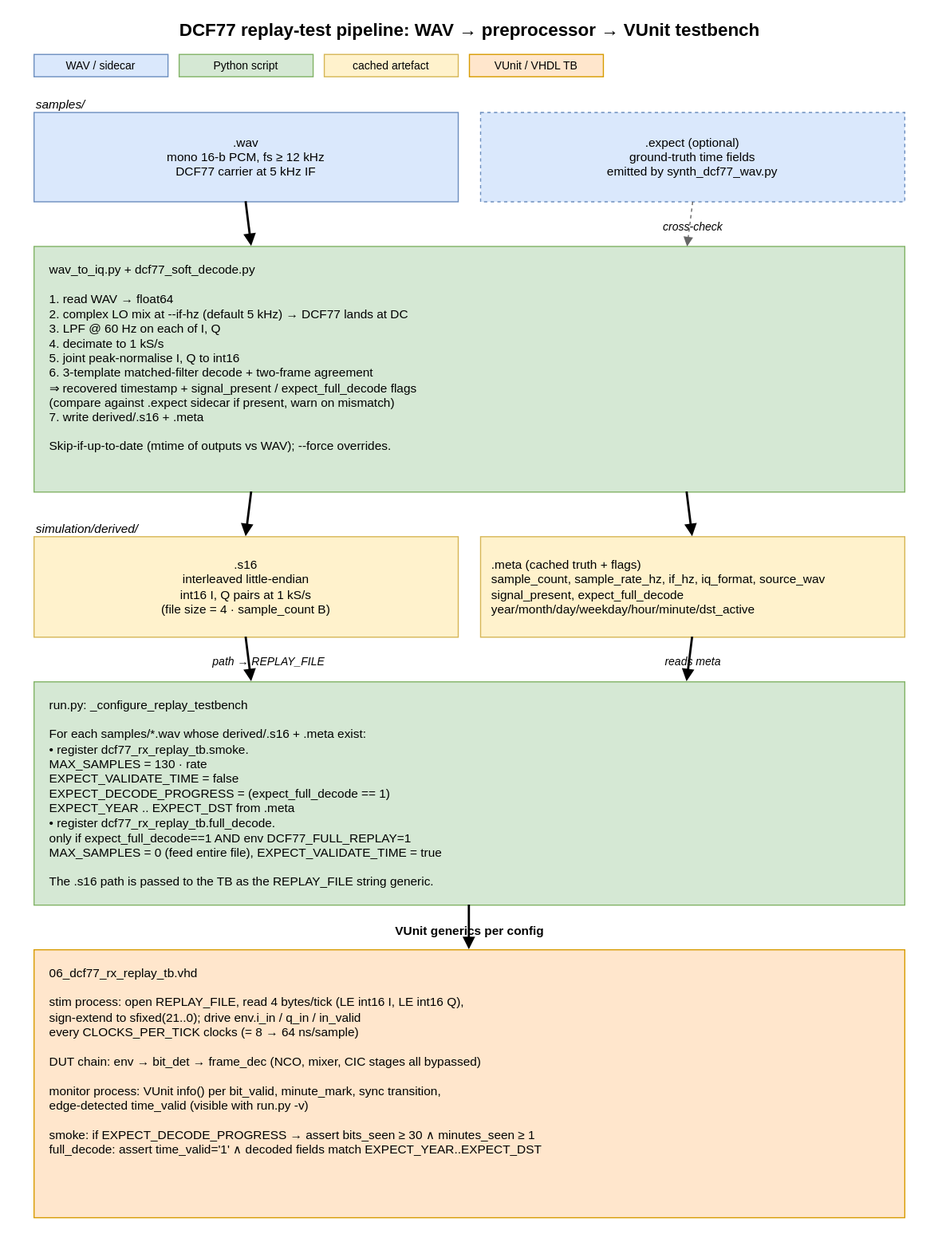
dg1yfe/dcf77 keeps this draw.io diagram as doc/dcf77-replay-pipeline.drawio.svg. Above is the earlier version. Source tidied: cells renumbered, new cells last; positions are measured from the earlier drawing's top-left corner, leaving out a move shared by most shapes.
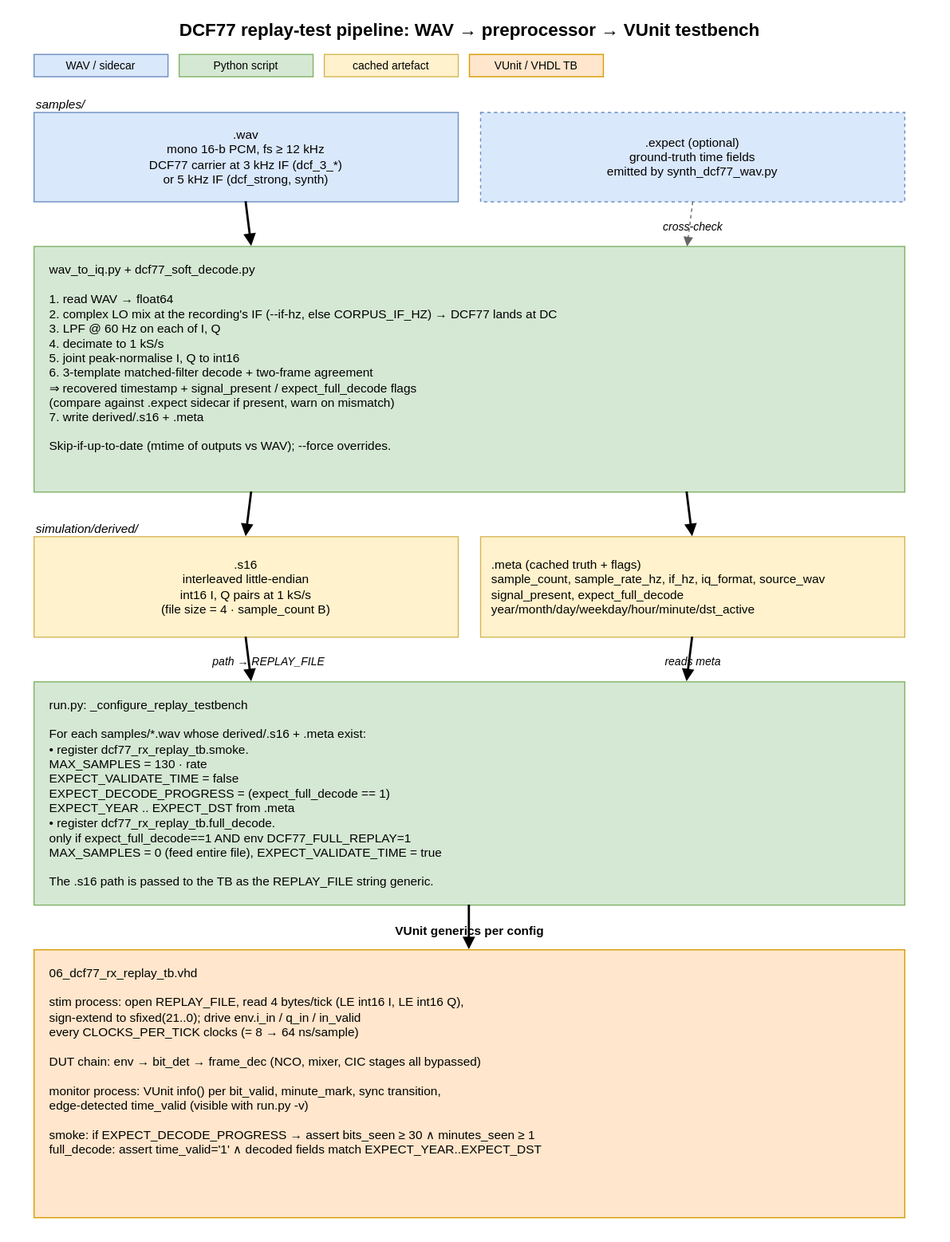
Above is the later version.

Commit message:
doc: replay diagram shows the per-recording IF

The dcf_3_* recordings carry the carrier at 3 kHz, dcf_strong and synth at
5 kHz; the preprocessor takes the IF from --if-hz or CORPUS_IF_HZ.

Diff of the diagram source:
```diff
@@ -20,13 +20,13 @@
     <mxCell id="7" value="samples/" style="text;align=left;fontSize=11;fontStyle=2;html=1;" parent="1" vertex="1">
       <mxGeometry x="20" y="70" width="200" height="18" as="geometry" />
     </mxCell>
-    <mxCell id="8" value="&lt;stem&gt;.wav&#10;mono 16-b PCM, fs ≥ 12 kHz&#10;DCF77 carrier at 5 kHz IF" style="rounded=0;whiteSpace=wrap;html=1;fillColor=#dae8fc;strokeColor=#6c8ebf;fontSize=11;" parent="1" vertex="1">
+    <mxCell id="8" value="&lt;stem&gt;.wav&#10;mono 16-b PCM, fs ≥ 12 kHz&#10;DCF77 carrier at 3 kHz IF (dcf_3_*)&#10;or 5 kHz IF (dcf_strong, synth)" style="rounded=0;whiteSpace=wrap;html=1;fillColor=#dae8fc;strokeColor=#6c8ebf;fontSize=11;" parent="1" vertex="1">
       <mxGeometry x="20" y="90" width="380" height="80" as="geometry" />
     </mxCell>
     <mxCell id="9" value="&lt;stem&gt;.expect  (optional)&#10;ground-truth time fields&#10;emitted by synth_dcf77_wav.py" style="rounded=0;whiteSpace=wrap;html=1;fillColor=#dae8fc;strokeColor=#6c8ebf;fontSize=11;dashed=1;" parent="1" vertex="1">
       <mxGeometry x="420" y="90" width="380" height="80" as="geometry" />
     </mxCell>
-    <mxCell id="10" value="wav_to_iq.py  +  dcf77_soft_decode.py&#10;&#10;1.  read WAV → float64&#10;2.  complex LO mix at --if-hz (default 5 kHz) → DCF77 lands at DC&#10;3.  LPF @ 60 Hz on each of I, Q&#10;4.  decimate to 1 kS/s&#10;5.  joint peak-normalise I, Q to int16&#10;6.  3-template matched-filter decode + two-frame agreement&#10;          ⇒ recovered timestamp + signal_present / expect_full_decode flags&#10;          (compare against .expect sidecar if present, warn on mismatch)&#10;7.  write derived/&lt;stem&gt;.s16 + .meta&#10;&#10;Skip-if-up-to-date (mtime of outputs vs WAV);  --force overrides." style="rounded=0;whiteSpace=wrap;html=1;fillColor=#d5e8d4;strokeColor=#82b366;align=left;verticalAlign=top;fontSize=11;spacingLeft=12;spacingTop=8;" parent="1" vertex="1">
+    <mxCell id="10" value="wav_to_iq.py  +  dcf77_soft_decode.py&#10;&#10;1.  read WAV → float64&#10;2.  complex LO mix at the recording's IF (--if-hz, else CORPUS_IF_HZ) → DCF77 lands at DC&#10;3.  LPF @ 60 Hz on each of I, Q&#10;4.  decimate to 1 kS/s&#10;5.  joint peak-normalise I, Q to int16&#10;6.  3-template matched-filter decode + two-frame agreement&#10;          ⇒ recovered timestamp + signal_present / expect_full_decode flags&#10;          (compare against .expect sidecar if present, warn on mismatch)&#10;7.  write derived/&lt;stem&gt;.s16 + .meta&#10;&#10;Skip-if-up-to-date (mtime of outputs vs WAV);  --force overrides." style="rounded=0;whiteSpace=wrap;html=1;fillColor=#d5e8d4;strokeColor=#82b366;align=left;verticalAlign=top;fontSize=11;spacingLeft=12;spacingTop=8;" parent="1" vertex="1">
       <mxGeometry x="20" y="210" width="780" height="220" as="geometry" />
     </mxCell>
     <mxCell id="11" style="endArrow=block;html=1;strokeColor=#000;strokeWidth=2;exitX=0.5;exitY=1;entryX=0.25;entryY=0;" parent="1" edge="1" source="8" target="10">
```
